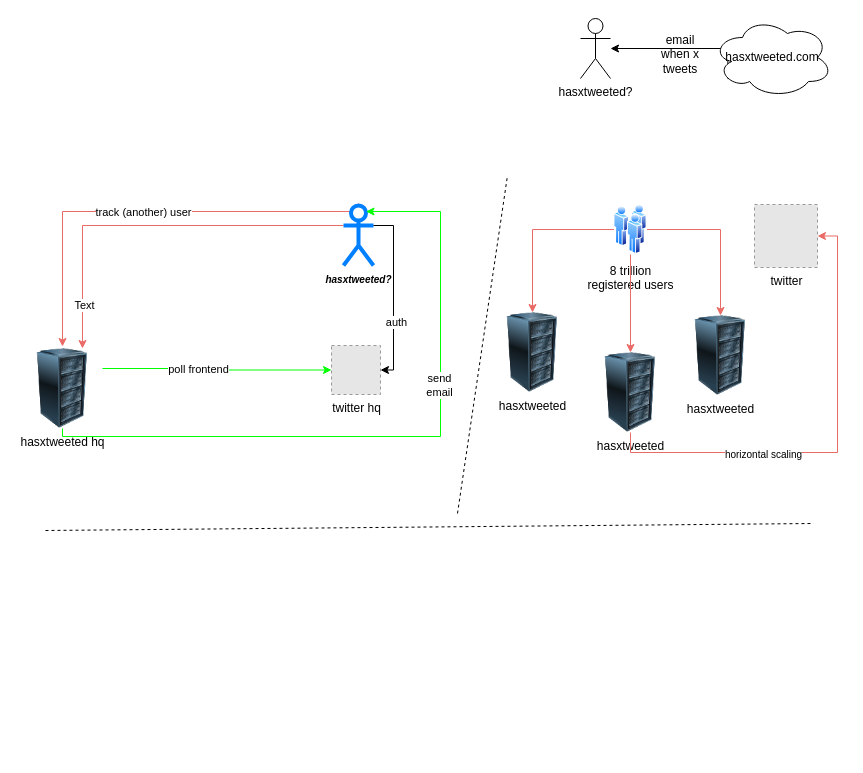
Above: Untitled Diagram.drawio in surajsharma/Designs (draw.io), before the change. Source tidied: cells renumbered, new cells numbered last; positions are measured from the earlier drawing's top-left corner, leaving out a move shared by most shapes. Both pictures are drawn from the tidied source at 100%, with x=0, y=0 at pixel (22, 17). Pictures stored in the file or linked from it are replaced by grey dashed boxes.
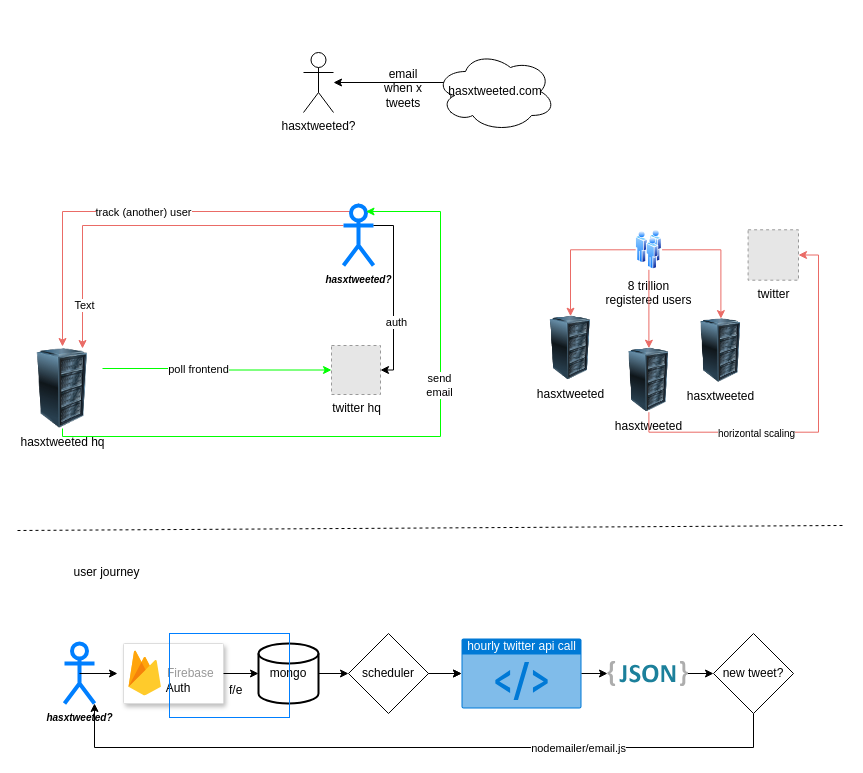
The same page after the edit.

Change to the diagram source:
```diff
@@
     <mxCell id="2" style="group;" parent="1" vertex="1">
-      <mxGeometry x="558" width="252" height="80" as="geometry" />
+      <mxGeometry x="281" y="34" width="252" height="80" as="geometry" />
     </mxCell>
@@
     <mxCell id="7" style="group;" parent="1" vertex="1">
-      <mxGeometry x="470" y="187" width="325" height="228" as="geometry" />
+      <mxGeometry x="516" y="212.3" width="260" height="182.4" as="geometry" />
     </mxCell>
     <mxCell id="8" value="8 trillion &lt;br&gt;registered users" style="perimeter=ellipsePerimeter;html=1;align=center;shadow=0;dashed=0;spacingTop=3;image;image=img/lib/active_directory/users.svg;" parent="7" vertex="1">
-      <mxGeometry x="121.5" width="33" height="50" as="geometry" />
+      <mxGeometry x="97.2" width="26.4" height="40" as="geometry" />
     </mxCell>
     <mxCell id="9" value="hasxtweeted" style="image;html=1;image=img/lib/clip_art/computers/Server_Rack_128x128.png;" parent="7" vertex="1">
-      <mxGeometry x="98" y="148" width="80" height="80" as="geometry" />
+      <mxGeometry x="78.4" y="118.4" width="64" height="64" as="geometry" />
     </mxCell>
@@
     <mxCell id="11" value="twitter" style="fillColor=#E6E6E6;strokeColor=#999999;dashed=1;html=1;verticalAlign=top;verticalLabelPosition=bottom;labelBackgroundColor=#ffffff;" parent="7" vertex="1">
-      <mxGeometry x="262" width="63" height="63" as="geometry" />
+      <mxGeometry x="209.6" width="50.4" height="50.4" as="geometry" />
     </mxCell>
@@
     <mxCell id="14" value="hasxtweeted" style="image;html=1;image=img/lib/clip_art/computers/Server_Rack_128x128.png;" parent="7" vertex="1">
-      <mxGeometry y="108" width="80" height="80" as="geometry" />
+      <mxGeometry y="86.4" width="64" height="64" as="geometry" />
     </mxCell>
@@
     <mxCell id="16" value="hasxtweeted" style="image;html=1;image=img/lib/clip_art/computers/Server_Rack_128x128.png;" parent="7" vertex="1">
-      <mxGeometry x="188" y="111" width="80" height="80" as="geometry" />
+      <mxGeometry x="150.4" y="88.8" width="64" height="64" as="geometry" />
     </mxCell>
@@
-    <mxCell id="32" style="endArrow=none;html=1;rounded=0;dashed=1;" parent="1" edge="1">
-      <mxGeometry relative="1" as="geometry">
-        <mxPoint x="435" y="496" as="sourcePoint" />
-        <mxPoint x="485" y="158" as="targetPoint" />
-      </mxGeometry>
-    </mxCell>
     <mxCell id="33" style="endArrow=none;html=1;rounded=0;dashed=1;" parent="1" edge="1">
       <mxGeometry relative="1" as="geometry">
-        <mxPoint x="23" y="513" as="sourcePoint" />
-        <mxPoint x="791" y="506" as="targetPoint" />
+        <mxPoint x="-5" y="513" as="sourcePoint" />
+        <mxPoint x="820" y="508" as="targetPoint" />
       </mxGeometry>
     </mxCell>
+    <mxCell id="34" style="group;" parent="1" vertex="1">
+      <mxGeometry x="42" y="616" width="729" height="114" as="geometry" />
+    </mxCell>
+    <mxCell id="35" value="hourly twitter api call" style="html=1;strokeColor=none;fillColor=#0079D6;labelPosition=center;verticalLabelPosition=middle;verticalAlign=top;align=center;fontSize=12;outlineConnect=0;spacingTop=-6;fontColor=#FFFFFF;sketch=0;shape=mxgraph.sitemap.script;" parent="34" vertex="1">
+      <mxGeometry x="397" y="5" width="120" height="70" as="geometry" />
+    </mxCell>
+    <mxCell id="36" value="&lt;font style=&quot;font-size: 10px;&quot;&gt;&lt;b&gt;&lt;i&gt;hasxtweeted?&lt;/i&gt;&lt;/b&gt;&lt;/font&gt;" style="shape=umlActor;verticalLabelPosition=bottom;verticalAlign=top;html=1;outlineConnect=0;strokeColor=#007FFF;strokeWidth=4;" parent="34" vertex="1">
+      <mxGeometry y="10" width="30" height="60" as="geometry" />
+    </mxCell>
+    <mxCell id="37" value="&#10;&#10;   Auth" style="strokeColor=#dddddd;shadow=1;strokeWidth=1;rounded=1;absoluteArcSize=1;arcSize=2;" parent="34" vertex="1">
+      <mxGeometry x="59" y="10" width="100" height="60" as="geometry" />
+    </mxCell>
+    <mxCell id="38" value="Firebase" style="sketch=0;dashed=0;html=1;fillColor=#5184F3;strokeColor=none;shape=mxgraph.gcp2.firebase;labelPosition=right;verticalLabelPosition=middle;align=left;verticalAlign=middle;spacingLeft=5;fontColor=#999999;fontSize=12;" parent="37" vertex="1">
+      <mxGeometry width="32.4" height="45" relative="1" as="geometry">
+        <mxPoint x="5" y="7" as="offset" />
+      </mxGeometry>
+    </mxCell>
+    <mxCell id="39" style="edgeStyle=orthogonalEdgeStyle;rounded=0;jettySize=auto;html=1;exitX=0.5;exitY=0.5;exitDx=0;exitDy=0;exitPerimeter=0;entryX=-0.06;entryY=0.5;entryDx=0;entryDy=0;entryPerimeter=0;" parent="34" edge="1" source="36" target="37">
+      <mxGeometry relative="1" as="geometry" />
+    </mxCell>
+    <mxCell id="40" style="dashed=0;outlineConnect=0;html=1;align=center;labelPosition=center;verticalLabelPosition=bottom;verticalAlign=top;shape=mxgraph.weblogos.json_2;" parent="34" vertex="1">
+      <mxGeometry x="543" y="27.4" width="80.4" height="25.2" as="geometry" />
+    </mxCell>
+    <mxCell id="41" style="edgeStyle=orthogonalEdgeStyle;rounded=0;jettySize=auto;html=1;exitX=1;exitY=0.5;exitDx=0;exitDy=0;exitPerimeter=0;" parent="34" edge="1" source="35" target="40">
+      <mxGeometry relative="1" as="geometry" />
+    </mxCell>
+    <mxCell id="42" value="mongo" style="strokeWidth=2;html=1;shape=mxgraph.flowchart.database;whiteSpace=wrap;" parent="34" vertex="1">
+      <mxGeometry x="194" y="10" width="60" height="60" as="geometry" />
+    </mxCell>
+    <mxCell id="43" style="edgeStyle=orthogonalEdgeStyle;rounded=0;jettySize=auto;html=1;exitX=1;exitY=0.5;exitDx=0;exitDy=0;entryX=0;entryY=0.5;entryDx=0;entryDy=0;entryPerimeter=0;" parent="34" edge="1" source="37" target="42">
+      <mxGeometry relative="1" as="geometry" />
+    </mxCell>
+    <mxCell id="44" style="edgeStyle=none;rounded=0;jettySize=auto;html=1;exitX=0;exitY=0.5;exitDx=0;exitDy=0;startArrow=classic;startFill=1;endArrow=none;endFill=0;" parent="34" edge="1" source="45" target="40">
+      <mxGeometry relative="1" as="geometry" />
+    </mxCell>
+    <mxCell id="45" value="new tweet?" style="rhombus;whiteSpace=wrap;html=1;" parent="34" vertex="1">
+      <mxGeometry x="649" width="80" height="80" as="geometry" />
+    </mxCell>
+    <mxCell id="46" style="edgeStyle=orthogonalEdgeStyle;rounded=0;jettySize=auto;html=1;exitX=1;exitY=1;exitDx=0;exitDy=0;exitPerimeter=0;entryX=0.5;entryY=1;entryDx=0;entryDy=0;startArrow=classic;startFill=1;endArrow=none;endFill=0;" parent="34" edge="1" source="36" target="45">
+      <mxGeometry relative="1" as="geometry">
+        <Array as="points">
+          <mxPoint x="30" y="114" />
+          <mxPoint x="689" y="114" />
+        </Array>
+      </mxGeometry>
+    </mxCell>
+    <mxCell id="47" value="nodemailer/email.js" style="edgeLabel;html=1;align=center;verticalAlign=middle;" parent="46" vertex="1">
+      <mxGeometry x="0.43" relative="1" as="geometry" />
+    </mxCell>
+    <mxCell id="48" value="scheduler" style="rhombus;whiteSpace=wrap;html=1;" parent="34" vertex="1">
+      <mxGeometry x="284" width="80" height="80" as="geometry" />
+    </mxCell>
+    <mxCell id="49" style="edgeStyle=none;rounded=0;jettySize=auto;html=1;exitX=0;exitY=0.5;exitDx=0;exitDy=0;exitPerimeter=0;entryX=1;entryY=0.5;entryDx=0;entryDy=0;startArrow=classic;startFill=1;endArrow=none;endFill=0;" parent="34" edge="1" source="35" target="48">
+      <mxGeometry relative="1" as="geometry" />
+    </mxCell>
+    <mxCell id="50" style="edgeStyle=none;rounded=0;jettySize=auto;html=1;startArrow=classic;startFill=1;endArrow=none;endFill=0;" parent="34" edge="1" source="35" target="48">
+      <mxGeometry relative="1" as="geometry" />
+    </mxCell>
+    <mxCell id="51" style="edgeStyle=orthogonalEdgeStyle;rounded=0;jettySize=auto;html=1;exitX=1;exitY=0.5;exitDx=0;exitDy=0;exitPerimeter=0;entryX=0;entryY=0.5;entryDx=0;entryDy=0;" parent="34" edge="1" source="42" target="48">
+      <mxGeometry relative="1" as="geometry" />
+    </mxCell>
+    <mxCell id="52" value="&lt;br&gt;&lt;br&gt;&amp;nbsp; &amp;nbsp; f/e" style="rounded=0;whiteSpace=wrap;html=1;fillColor=none;strokeColor=#007FFF;" parent="34" vertex="1">
+      <mxGeometry x="105" width="120" height="84" as="geometry" />
+    </mxCell>
+    <mxCell id="53" value="user journey" style="text;html=1;align=center;verticalAlign=middle;strokeColor=none;fillColor=none;" parent="1" vertex="1">
+      <mxGeometry x="42" y="542" width="84" height="26" as="geometry" />
+    </mxCell>
```
